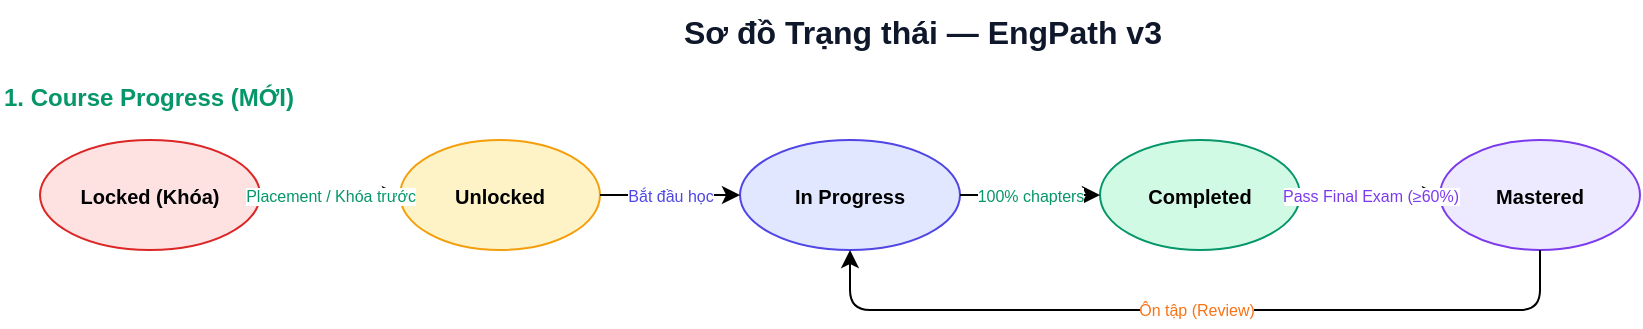
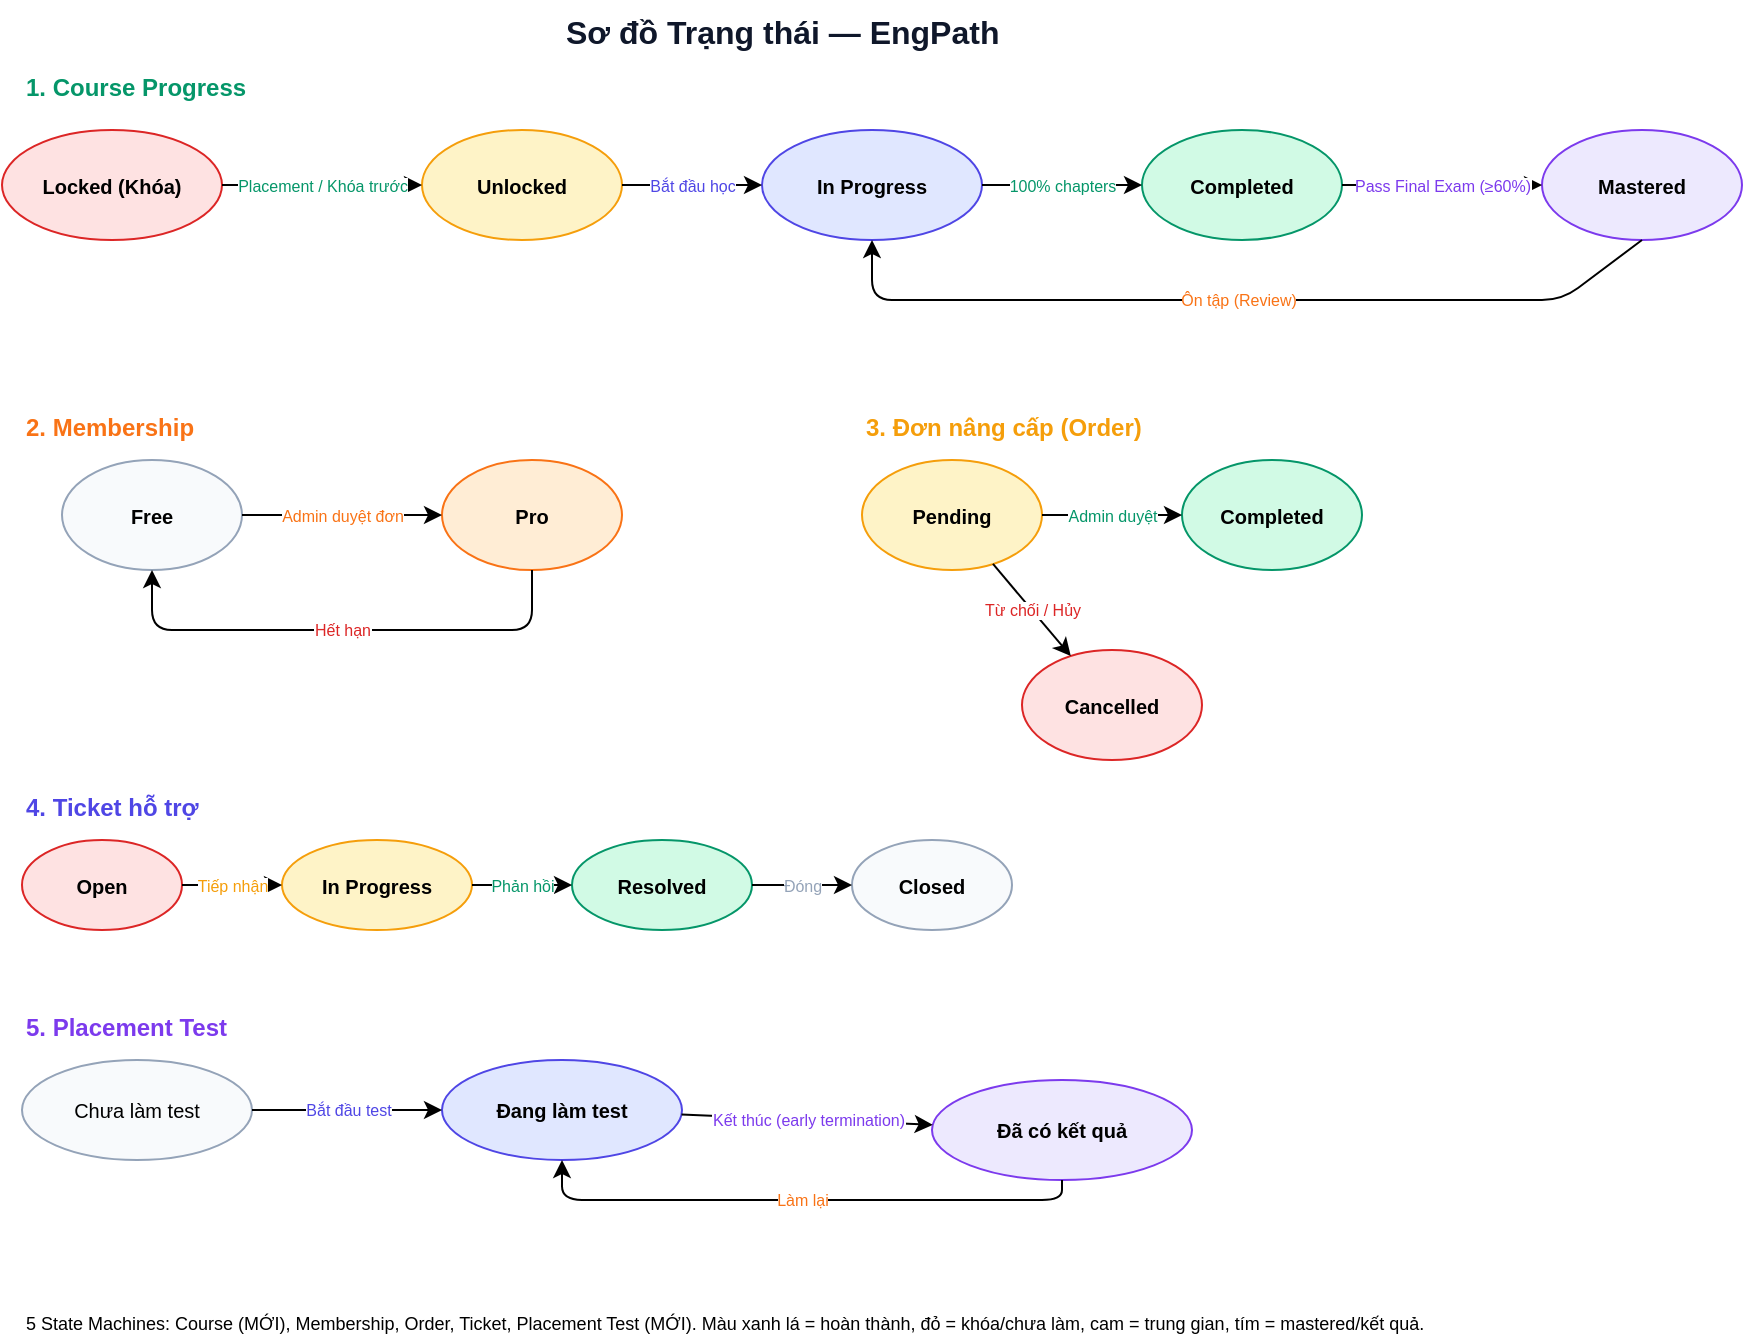
<mxfile host="Electron">
  <diagram name="State Diagrams v3" id="0">
-     <mxGraphModel dx="2054" dy="1400" grid="1" gridSize="10" guides="1" tooltips="1" connect="1" arrows="1" fold="1" page="1" pageScale="1" pageWidth="1100" pageHeight="850" math="0" shadow="0">
+     <mxGraphModel dx="1542" dy="914" grid="1" gridSize="10" guides="1" tooltips="1" connect="1" arrows="1" fold="1" page="1" pageScale="1" pageWidth="1100" pageHeight="850" math="0" shadow="0">
      <root>
        <mxCell id="0" />
        <mxCell id="1" parent="0" />
- 
-         <!-- TITLE -->
-         <mxCell id="title" parent="1" style="text;html=1;fontSize=16;fontStyle=1;fontColor=#0F172A;" value="Sơ đồ Trạng thái — EngPath v3" vertex="1">
-           <mxGeometry height="24" width="350" x="380" y="15" as="geometry" />
+         <mxCell id="title" parent="1" style="text;html=1;fontSize=16;fontStyle=1;fontColor=#0F172A;" value="Sơ đồ Trạng thái — EngPath&amp;nbsp;" vertex="1">
+           <mxGeometry height="24" width="350" x="310" y="20" as="geometry" />
        </mxCell>
- 
-         <!-- ═══ 1. COURSE STATE MACHINE (NEW) ═══ -->
-         <mxCell id="c_title" parent="1" style="text;html=1;fontSize=12;fontStyle=1;fontColor=#059669;" value="1. Course Progress (MỚI)" vertex="1">
+         <mxCell id="c_title" parent="1" style="text;html=1;fontSize=12;fontStyle=1;fontColor=#059669;" value="1. Course Progress&amp;nbsp;" vertex="1">
          <mxGeometry height="20" width="200" x="40" y="50" as="geometry" />
        </mxCell>
        <mxCell id="locked" parent="1" style="ellipse;whiteSpace=wrap;html=1;fillColor=#FEE2E2;strokeColor=#DC2626;fontSize=10;fontStyle=1;" value="Locked (Khóa)" vertex="1">
-           <mxGeometry height="55" width="110" x="60" y="85" as="geometry" />
+           <mxGeometry height="55" width="110" x="30" y="85" as="geometry" />
        </mxCell>
        <mxCell id="unlocked" parent="1" style="ellipse;whiteSpace=wrap;html=1;fillColor=#FEF3C7;strokeColor=#F59E0B;fontSize=10;fontStyle=1;" value="Unlocked" vertex="1">
          <mxGeometry height="55" width="100" x="240" y="85" as="geometry" />
        </mxCell>
        <mxCell id="in_progress" parent="1" style="ellipse;whiteSpace=wrap;html=1;fillColor=#E0E7FF;strokeColor=#4F46E5;fontSize=10;fontStyle=1;" value="In Progress" vertex="1">
          <mxGeometry height="55" width="110" x="410" y="85" as="geometry" />
        </mxCell>
        <mxCell id="completed" parent="1" style="ellipse;whiteSpace=wrap;html=1;fillColor=#D1FAE5;strokeColor=#059669;fontSize=10;fontStyle=1;" value="Completed" vertex="1">
-           <mxGeometry height="55" width="100" x="590" y="85" as="geometry" />
+           <mxGeometry height="55" width="100" x="600" y="85" as="geometry" />
        </mxCell>
        <mxCell id="mastered" parent="1" style="ellipse;whiteSpace=wrap;html=1;fillColor=#EDE9FE;strokeColor=#7C3AED;fontSize=10;fontStyle=1;" value="Mastered" vertex="1">
-           <mxGeometry height="55" width="100" x="760" y="85" as="geometry" />
+           <mxGeometry height="55" width="100" x="800" y="85" as="geometry" />
        </mxCell>
-         <mxCell id="e_l_u" edge="1" parent="1" source="locked" target="unlocked" style="rounded=1;html=1;fontSize=8;fontColor=#059669;" value="Placement / Khóa trước">
+         <mxCell id="e_l_u" edge="1" parent="1" source="locked" style="rounded=1;html=1;fontSize=8;fontColor=#059669;" target="unlocked" value="Placement / Khóa trước">
          <mxGeometry relative="1" as="geometry" />
        </mxCell>
-         <mxCell id="e_u_ip" edge="1" parent="1" source="unlocked" target="in_progress" style="rounded=1;html=1;fontSize=8;fontColor=#4F46E5;" value="Bắt đầu học">
+         <mxCell id="e_u_ip" edge="1" parent="1" source="unlocked" style="rounded=1;html=1;fontSize=8;fontColor=#4F46E5;" target="in_progress" value="Bắt đầu học">
          <mxGeometry relative="1" as="geometry" />
        </mxCell>
-         <mxCell id="e_ip_c" edge="1" parent="1" source="in_progress" target="completed" style="rounded=1;html=1;fontSize=8;fontColor=#059669;" value="100% chapters">
+         <mxCell id="e_ip_c" edge="1" parent="1" source="in_progress" style="rounded=1;html=1;fontSize=8;fontColor=#059669;" target="completed" value="100% chapters">
          <mxGeometry relative="1" as="geometry" />
        </mxCell>
-         <mxCell id="e_c_m" edge="1" parent="1" source="completed" target="mastered" style="rounded=1;html=1;fontSize=8;fontColor=#7C3AED;" value="Pass Final Exam (≥60%)">
+         <mxCell id="e_c_m" edge="1" parent="1" source="completed" style="rounded=1;html=1;fontSize=8;fontColor=#7C3AED;" target="mastered" value="Pass Final Exam (≥60%)">
          <mxGeometry relative="1" as="geometry" />
        </mxCell>
-         <mxCell id="e_m_ip" edge="1" parent="1" source="mastered" target="in_progress" style="rounded=1;html=1;fontSize=8;fontColor=#F97316;exitX=0.5;exitY=1;entryX=0.5;entryY=1;exitDx=0;exitDy=18;entryDx=0;entryDy=18;" value="Ôn tập (Review)">
+         <mxCell id="e_m_ip" edge="1" parent="1" source="mastered" style="rounded=1;html=1;fontSize=8;fontColor=#F97316;exitX=0.5;exitY=1;entryX=0.5;entryY=1;exitDx=0;exitDy=18;entryDx=0;entryDy=18;" target="in_progress" value="Ôn tập (Review)">
          <mxGeometry relative="1" as="geometry">
-             <Array as="points"><mxPoint x="810" y="170"/><mxPoint x="465" y="170"/></mxPoint>
+             <Array as="points">
+               <mxPoint x="810" y="170" />
+               <mxPoint x="465" y="170" />
+             </Array>
          </mxGeometry>
        </mxCell>
- 
-         <!-- ═══ 2. MEMBERSHIP ═══ -->
        <mxCell id="m_title" parent="1" style="text;html=1;fontSize=12;fontStyle=1;fontColor=#F97316;" value="2. Membership" vertex="1">
          <mxGeometry height="20" width="200" x="40" y="220" as="geometry" />
        </mxCell>
        <mxCell id="free" parent="1" style="ellipse;whiteSpace=wrap;html=1;fillColor=#F8FAFC;strokeColor=#94A3B8;fontSize=10;fontStyle=1;" value="Free" vertex="1">
          <mxGeometry height="55" width="90" x="60" y="250" as="geometry" />
        </mxCell>
        <mxCell id="pro" parent="1" style="ellipse;whiteSpace=wrap;html=1;fillColor=#FFEDD5;strokeColor=#F97316;fontSize=10;fontStyle=1;" value="Pro" vertex="1">
          <mxGeometry height="55" width="90" x="250" y="250" as="geometry" />
        </mxCell>
-         <mxCell id="e_f_p" edge="1" parent="1" source="free" target="pro" style="rounded=1;html=1;fontSize=8;fontColor=#F97316;" value="Admin duyệt đơn">
+         <mxCell id="e_f_p" edge="1" parent="1" source="free" style="rounded=1;html=1;fontSize=8;fontColor=#F97316;" target="pro" value="Admin duyệt đơn">
          <mxGeometry relative="1" as="geometry" />
        </mxCell>
-         <mxCell id="e_p_f" edge="1" parent="1" source="pro" target="free" style="rounded=1;html=1;fontSize=8;fontColor=#DC2626;exitX=0.5;exitY=1;entryX=0.5;entryY=1;exitDx=0;exitDy=18;entryDx=0;entryDy=18;" value="Hết hạn">
+         <mxCell id="e_p_f" edge="1" parent="1" source="pro" style="rounded=1;html=1;fontSize=8;fontColor=#DC2626;exitX=0.5;exitY=1;entryX=0.5;entryY=1;exitDx=0;exitDy=18;entryDx=0;entryDy=18;" target="free" value="Hết hạn">
          <mxGeometry relative="1" as="geometry">
-             <Array as="points"><mxPoint x="295" y="335"/><mxPoint x="105" y="335"/></mxPoint>
+             <Array as="points">
+               <mxPoint x="295" y="335" />
+               <mxPoint x="105" y="335" />
+             </Array>
          </mxGeometry>
        </mxCell>
- 
-         <!-- ═══ 3. ORDER ═══ -->
        <mxCell id="o_title" parent="1" style="text;html=1;fontSize=12;fontStyle=1;fontColor=#F59E0B;" value="3. Đơn nâng cấp (Order)" vertex="1">
          <mxGeometry height="20" width="200" x="460" y="220" as="geometry" />
        </mxCell>
        <mxCell id="pending" parent="1" style="ellipse;whiteSpace=wrap;html=1;fillColor=#FEF3C7;strokeColor=#F59E0B;fontSize=10;fontStyle=1;" value="Pending" vertex="1">
          <mxGeometry height="55" width="90" x="460" y="250" as="geometry" />
        </mxCell>
        <mxCell id="order_done" parent="1" style="ellipse;whiteSpace=wrap;html=1;fillColor=#D1FAE5;strokeColor=#059669;fontSize=10;fontStyle=1;" value="Completed" vertex="1">
          <mxGeometry height="55" width="90" x="620" y="250" as="geometry" />
        </mxCell>
        <mxCell id="cancelled" parent="1" style="ellipse;whiteSpace=wrap;html=1;fillColor=#FEE2E2;strokeColor=#DC2626;fontSize=10;fontStyle=1;" value="Cancelled" vertex="1">
          <mxGeometry height="55" width="90" x="540" y="345" as="geometry" />
        </mxCell>
-         <mxCell id="e_pe_co" edge="1" parent="1" source="pending" target="order_done" style="rounded=1;html=1;fontSize=8;fontColor=#059669;" value="Admin duyệt">
+         <mxCell id="e_pe_co" edge="1" parent="1" source="pending" style="rounded=1;html=1;fontSize=8;fontColor=#059669;" target="order_done" value="Admin duyệt">
          <mxGeometry relative="1" as="geometry" />
        </mxCell>
-         <mxCell id="e_pe_ca" edge="1" parent="1" source="pending" target="cancelled" style="rounded=1;html=1;fontSize=8;fontColor=#DC2626;" value="Từ chối / Hủy">
+         <mxCell id="e_pe_ca" edge="1" parent="1" source="pending" style="rounded=1;html=1;fontSize=8;fontColor=#DC2626;" target="cancelled" value="Từ chối / Hủy">
          <mxGeometry relative="1" as="geometry" />
        </mxCell>
- 
-         <!-- ═══ 4. TICKET ═══ -->
        <mxCell id="t_title" parent="1" style="text;html=1;fontSize=12;fontStyle=1;fontColor=#4F46E5;" value="4. Ticket hỗ trợ" vertex="1">
          <mxGeometry height="20" width="200" x="40" y="410" as="geometry" />
        </mxCell>
        <mxCell id="t_open" parent="1" style="ellipse;whiteSpace=wrap;html=1;fillColor=#FEE2E2;strokeColor=#DC2626;fontSize=10;fontStyle=1;" value="Open" vertex="1">
          <mxGeometry height="45" width="80" x="40" y="440" as="geometry" />
        </mxCell>
        <mxCell id="t_progress" parent="1" style="ellipse;whiteSpace=wrap;html=1;fillColor=#FEF3C7;strokeColor=#F59E0B;fontSize=10;fontStyle=1;" value="In Progress" vertex="1">
          <mxGeometry height="45" width="95" x="170" y="440" as="geometry" />
        </mxCell>
        <mxCell id="t_resolved" parent="1" style="ellipse;whiteSpace=wrap;html=1;fillColor=#D1FAE5;strokeColor=#059669;fontSize=10;fontStyle=1;" value="Resolved" vertex="1">
          <mxGeometry height="45" width="90" x="315" y="440" as="geometry" />
        </mxCell>
        <mxCell id="t_closed" parent="1" style="ellipse;whiteSpace=wrap;html=1;fillColor=#F8FAFC;strokeColor=#94A3B8;fontSize=10;fontStyle=1;" value="Closed" vertex="1">
          <mxGeometry height="45" width="80" x="455" y="440" as="geometry" />
        </mxCell>
-         <mxCell id="e_to_tp" edge="1" parent="1" source="t_open" target="t_progress" style="rounded=1;html=1;fontSize=8;fontColor=#F59E0B;" value="Tiếp nhận">
+         <mxCell id="e_to_tp" edge="1" parent="1" source="t_open" style="rounded=1;html=1;fontSize=8;fontColor=#F59E0B;" target="t_progress" value="Tiếp nhận">
          <mxGeometry relative="1" as="geometry" />
        </mxCell>
-         <mxCell id="e_tp_tr" edge="1" parent="1" source="t_progress" target="t_resolved" style="rounded=1;html=1;fontSize=8;fontColor=#059669;" value="Phản hồi">
+         <mxCell id="e_tp_tr" edge="1" parent="1" source="t_progress" style="rounded=1;html=1;fontSize=8;fontColor=#059669;" target="t_resolved" value="Phản hồi">
          <mxGeometry relative="1" as="geometry" />
        </mxCell>
-         <mxCell id="e_tr_tc" edge="1" parent="1" source="t_resolved" target="t_closed" style="rounded=1;html=1;fontSize=8;fontColor=#94A3B8;" value="Đóng">
+         <mxCell id="e_tr_tc" edge="1" parent="1" source="t_resolved" style="rounded=1;html=1;fontSize=8;fontColor=#94A3B8;" target="t_closed" value="Đóng">
          <mxGeometry relative="1" as="geometry" />
        </mxCell>
- 
-         <!-- ═══ 5. PLACEMENT TEST (NEW) ═══ -->
-         <mxCell id="p_title" parent="1" style="text;html=1;fontSize=12;fontStyle=1;fontColor=#7C3AED;" value="5. Placement Test (MỚI)" vertex="1">
+         <mxCell id="p_title" parent="1" style="text;html=1;fontSize=12;fontStyle=1;fontColor=#7C3AED;" value="5. Placement Test&amp;nbsp;" vertex="1">
          <mxGeometry height="20" width="200" x="40" y="520" as="geometry" />
        </mxCell>
        <mxCell id="p_not" parent="1" style="ellipse;whiteSpace=wrap;html=1;fillColor=#F8FAFC;strokeColor=#94A3B8;fontSize=10;" value="Chưa làm test" vertex="1">
          <mxGeometry height="50" width="115" x="40" y="550" as="geometry" />
        </mxCell>
        <mxCell id="p_doing" parent="1" style="ellipse;whiteSpace=wrap;html=1;fillColor=#E0E7FF;strokeColor=#4F46E5;fontSize=10;fontStyle=1;" value="Đang làm test" vertex="1">
-           <mxGeometry height="50" width="120" x="215" y="550" as="geometry" />
+           <mxGeometry height="50" width="120" x="250" y="550" as="geometry" />
        </mxCell>
        <mxCell id="p_done" parent="1" style="ellipse;whiteSpace=wrap;html=1;fillColor=#EDE9FE;strokeColor=#7C3AED;fontSize=10;fontStyle=1;" value="Đã có kết quả" vertex="1">
-           <mxGeometry height="50" width="130" x="395" y="550" as="geometry" />
+           <mxGeometry height="50" width="130" x="495" y="560" as="geometry" />
        </mxCell>
-         <mxCell id="e_pn_pd" edge="1" parent="1" source="p_not" target="p_doing" style="rounded=1;html=1;fontSize=8;fontColor=#4F46E5;" value="Bắt đầu test">
+         <mxCell id="e_pn_pd" edge="1" parent="1" source="p_not" style="rounded=1;html=1;fontSize=8;fontColor=#4F46E5;" target="p_doing" value="Bắt đầu test">
          <mxGeometry relative="1" as="geometry" />
        </mxCell>
-         <mxCell id="e_pd_pe" edge="1" parent="1" source="p_doing" target="p_done" style="rounded=1;html=1;fontSize=8;fontColor=#7C3AED;" value="Kết thúc (early termination)">
+         <mxCell id="e_pd_pe" edge="1" parent="1" source="p_doing" style="rounded=1;html=1;fontSize=8;fontColor=#7C3AED;" target="p_done" value="Kết thúc (early termination)">
          <mxGeometry relative="1" as="geometry" />
        </mxCell>
-         <mxCell id="e_pe_pd" edge="1" parent="1" source="p_done" target="p_doing" style="rounded=1;html=1;fontSize=8;fontColor=#F97316;exitX=0.5;exitY=1;entryX=0.5;entryY=1;exitDx=0;exitDy=18;entryDx=0;entryDy=18;" value="Làm lại">
-           <mxGeometry relative="1" as="geometry">
-             <Array as="points"><mxPoint x="460" y="635"/><mxPoint x="275" y="635"/></mxPoint>
-           </mxGeometry>
+         <mxCell id="e_pe_pd" edge="1" parent="1" source="p_done" style="rounded=1;html=1;fontSize=8;fontColor=#F97316;exitX=0.5;exitY=1;entryX=0.5;entryY=1;exitDx=0;exitDy=18;entryDx=0;entryDy=18;edgeStyle=orthogonalEdgeStyle;" target="p_doing" value="Làm lại">
+           <mxGeometry relative="1" as="geometry" />
        </mxCell>
- 
        <mxCell id="legend" parent="1" style="text;html=1;fontSize=9;color=#475569;align=left;" value="5 State Machines: Course (MỚI), Membership, Order, Ticket, Placement Test (MỚI). Màu xanh lá = hoàn thành, đỏ = khóa/chưa làm, cam = trung gian, tím = mastered/kết quả." vertex="1">
          <mxGeometry height="18" width="800" x="40" y="670" as="geometry" />
        </mxCell>
      </root>
    </mxGraphModel>
  </diagram>
</mxfile>
